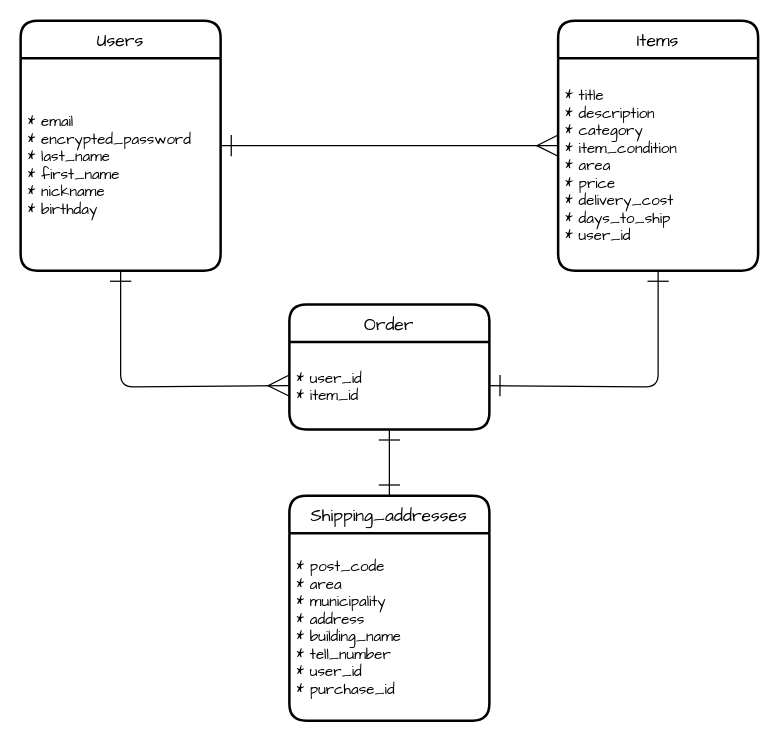
This is er.dio from h-ucchi/furima-37078, a draw.io file, before an edit. Source tidied: cells renumbered, new cells numbered last; positions are measured from the earlier drawing's top-left corner, leaving out a move shared by most shapes. Both pictures are drawn from the tidied source at 125%, with x=0, y=0 at pixel (20, 20).
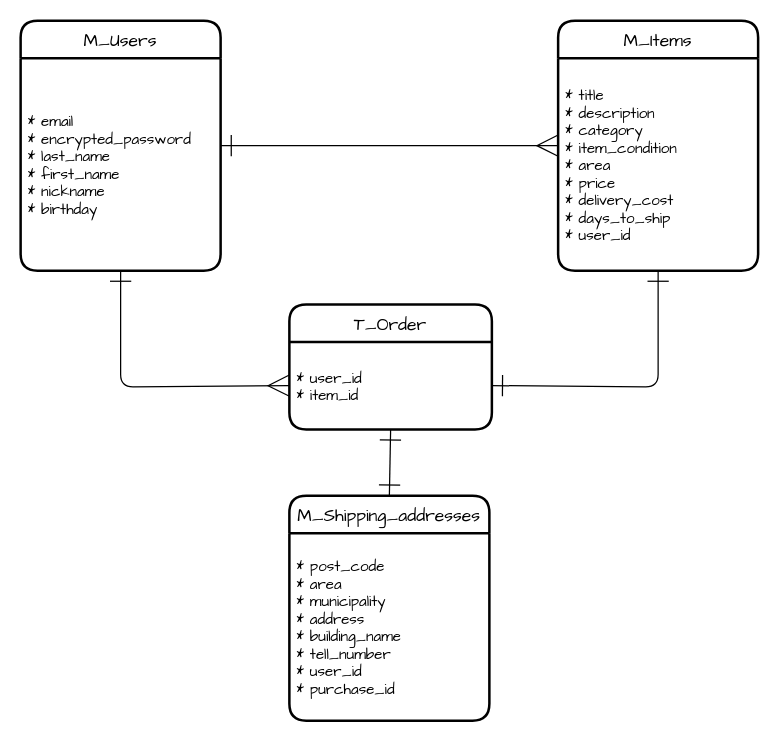
The same diagram, later.

Commit message:
ERファイルの更新（マスタ、トランザクションの追記）

What changed in the source:
```diff
@@
 <mxGraphModel>
   <root>
     <mxCell id="0" />
     <mxCell id="1" parent="0" />
     <mxCell id="2" style="edgeStyle=none;html=1;entryX=0;entryY=0.5;entryDx=0;entryDy=0;fontFamily=Comic Sans MS;horizontal=1;endArrow=ERmany;endFill=0;strokeWidth=1;startArrow=ERone;startFill=0;startSize=15;endSize=15;" parent="1" edge="1" source="3" target="5">
       <mxGeometry relative="1" as="geometry" />
     </mxCell>
-    <mxCell id="3" value="Users" style="swimlane;horizontal=1;startSize=30;rounded=1;fontSize=14;fontStyle=0;strokeWidth=2;shadow=0;dashed=0;align=center;fontFamily=Comic Sans MS;" parent="1" vertex="1">
+    <mxCell id="3" value="M_Users" style="swimlane;horizontal=1;startSize=30;rounded=1;fontSize=14;fontStyle=0;strokeWidth=2;shadow=0;dashed=0;align=center;fontFamily=Comic Sans MS;" parent="1" vertex="1">
       <mxGeometry width="160" height="200" as="geometry" />
     </mxCell>
     <mxCell id="4" value="* email&#10;* encrypted_password&#10;* last_name&#10;* first_name&#10;* nickname&#10;* birthday" style="align=left;strokeColor=none;fillColor=none;spacingLeft=4;fontSize=12;verticalAlign=middle;fontFamily=Comic Sans MS;rounded=0;glass=0;horizontal=1;" parent="3" vertex="1">
       <mxGeometry y="30" width="160" height="170" as="geometry" />
     </mxCell>
-    <mxCell id="5" value="Items" style="swimlane;horizontal=1;startSize=30;rounded=1;fontSize=14;fontStyle=0;strokeWidth=2;shadow=0;dashed=0;align=center;fontFamily=Comic Sans MS;" parent="1" vertex="1">
+    <mxCell id="5" value="M_Items" style="swimlane;horizontal=1;startSize=30;rounded=1;fontSize=14;fontStyle=0;strokeWidth=2;shadow=0;dashed=0;align=center;fontFamily=Comic Sans MS;" parent="1" vertex="1">
       <mxGeometry x="430" width="160" height="200" as="geometry" />
     </mxCell>
     <mxCell id="6" value="* title&#10;* description&#10;* category&#10;* item_condition&#10;* area&#10;* price&#10;* delivery_cost&#10;* days_to_ship&#10;* user_id" style="align=left;strokeColor=none;fillColor=none;spacingLeft=4;fontSize=12;verticalAlign=middle;fontFamily=Comic Sans MS;rounded=0;glass=0;horizontal=1;" parent="5" vertex="1">
       <mxGeometry y="30" width="160" height="170" as="geometry" />
     </mxCell>
-    <mxCell id="7" value="Shipping_addresses" style="swimlane;horizontal=1;startSize=30;rounded=1;fontSize=14;fontStyle=0;strokeWidth=2;shadow=0;dashed=0;align=center;fontFamily=Comic Sans MS;" parent="1" vertex="1">
+    <mxCell id="7" value="M_Shipping_addresses" style="swimlane;horizontal=1;startSize=30;rounded=1;fontSize=14;fontStyle=0;strokeWidth=2;shadow=0;dashed=0;align=center;fontFamily=Comic Sans MS;" parent="1" vertex="1">
       <mxGeometry x="215" y="380" width="160" height="180" as="geometry" />
     </mxCell>
     <mxCell id="8" value="* post_code&#10;* area&#10;* municipality&#10;* address&#10;* building_name&#10;* tell_number&#10;* user_id&#10;* purchase_id" style="align=left;strokeColor=none;fillColor=none;spacingLeft=4;fontSize=12;verticalAlign=middle;fontFamily=Comic Sans MS;rounded=0;glass=0;horizontal=1;" parent="7" vertex="1">
       <mxGeometry y="30" width="160" height="150" as="geometry" />
     </mxCell>
     <mxCell id="9" style="edgeStyle=none;html=1;exitX=0.5;exitY=1;exitDx=0;exitDy=0;entryX=0;entryY=0.5;entryDx=0;entryDy=0;fontFamily=Comic Sans MS;startArrow=ERone;startFill=0;endArrow=ERmany;endFill=0;startSize=15;endSize=15;strokeWidth=1;" parent="1" edge="1" source="4" target="12">
       <mxGeometry relative="1" as="geometry">
         <Array as="points">
           <mxPoint x="80" y="293" />
         </Array>
       </mxGeometry>
     </mxCell>
     <mxCell id="10" style="edgeStyle=none;html=1;exitX=1;exitY=0.5;exitDx=0;exitDy=0;entryX=0.5;entryY=1;entryDx=0;entryDy=0;fontFamily=Comic Sans MS;startArrow=ERone;startFill=0;endArrow=ERone;endFill=0;startSize=15;endSize=15;strokeWidth=1;" parent="1" edge="1" source="12" target="6">
       <mxGeometry relative="1" as="geometry">
         <Array as="points">
           <mxPoint x="510" y="293" />
         </Array>
       </mxGeometry>
     </mxCell>
-    <mxCell id="11" value="Order" style="swimlane;horizontal=1;startSize=30;rounded=1;fontSize=14;fontStyle=0;strokeWidth=2;shadow=0;dashed=0;align=center;fontFamily=Comic Sans MS;" parent="1" vertex="1">
-      <mxGeometry x="215" y="227" width="160" height="100" as="geometry" />
+    <mxCell id="11" value="T_Order" style="swimlane;horizontal=1;startSize=30;rounded=1;fontSize=14;fontStyle=0;strokeWidth=2;shadow=0;dashed=0;align=center;fontFamily=Comic Sans MS;" parent="1" vertex="1">
+      <mxGeometry x="215" y="227" width="162" height="100" as="geometry" />
     </mxCell>
     <mxCell id="12" value="* user_id&#10;* item_id" style="align=left;strokeColor=none;fillColor=none;spacingLeft=4;fontSize=12;verticalAlign=middle;fontFamily=Comic Sans MS;rounded=0;glass=0;horizontal=1;" parent="11" vertex="1">
-      <mxGeometry y="30" width="160" height="70" as="geometry" />
+      <mxGeometry y="30" width="162" height="70" as="geometry" />
     </mxCell>
     <mxCell id="13" style="edgeStyle=none;html=1;fontFamily=Comic Sans MS;startArrow=ERone;startFill=0;endArrow=ERone;endFill=0;startSize=15;endSize=15;strokeWidth=1;jumpStyle=arc;entryX=0.5;entryY=0;entryDx=0;entryDy=0;exitX=0.5;exitY=1;exitDx=0;exitDy=0;" parent="1" edge="1" source="12" target="7">
       <mxGeometry relative="1" as="geometry" />
     </mxCell>
   </root>
 </mxGraphModel>
```
